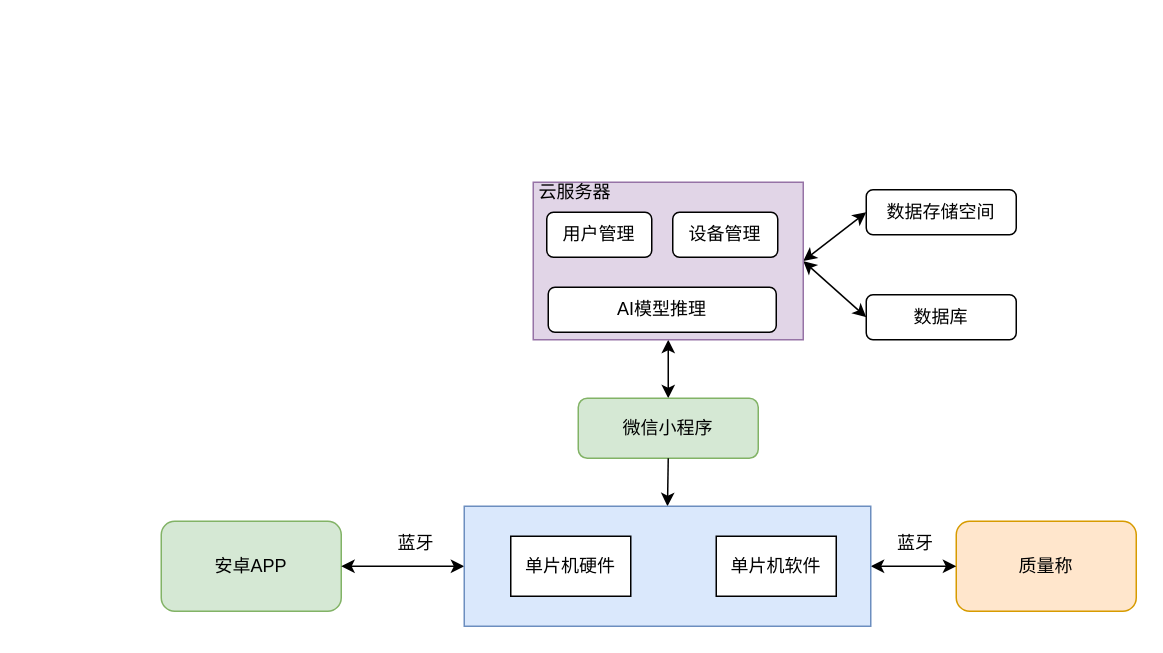
Before: WorkSpace/Coffe.drawio in mailonghua/drawio, a draw.io diagram. Source tidied: cells renumbered, new cells numbered last; positions are measured from the earlier drawing's top-left corner, leaving out a move shared by most shapes. Both pictures are drawn from the tidied source at 150%, with x=0, y=0 at pixel (160, 170).
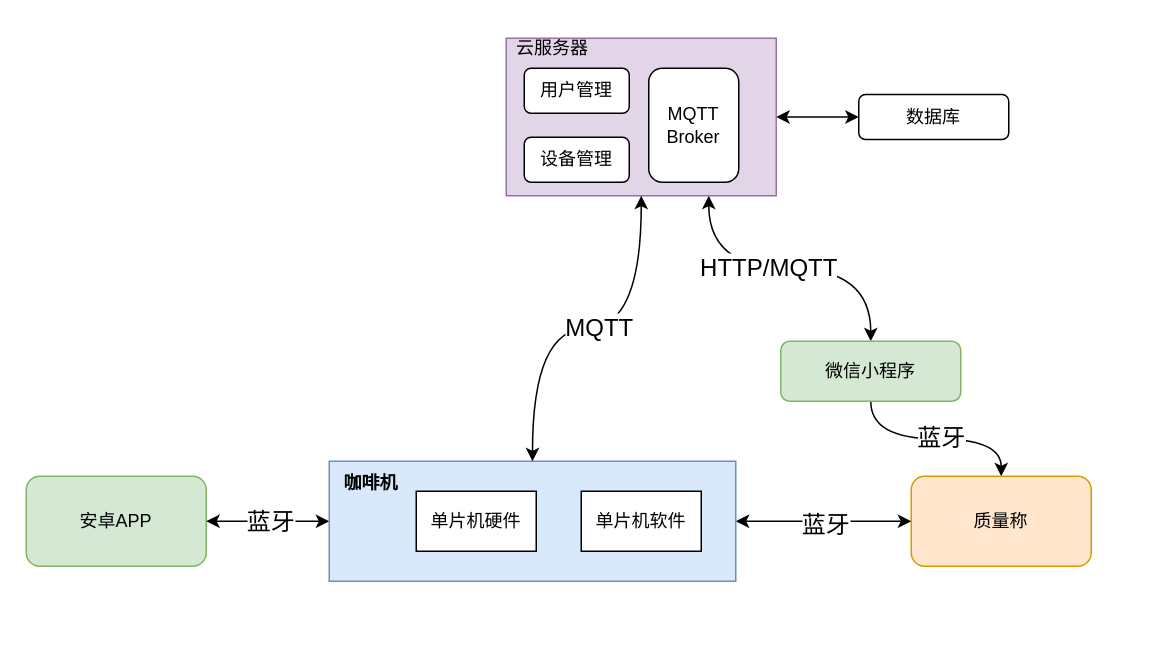
The same page after the edit.

The change refers to these unchanged cells:
```xml
<mxCell id="4" style="endArrow=classic;startArrow=classic;html=1;rounded=0;entryX=0;entryY=0.5;entryDx=0;entryDy=0;exitX=1;exitY=0.5;exitDx=0;exitDy=0;" parent="1" edge="1" source="2" target="16">
  <mxGeometry relative="1" as="geometry" />
</mxCell>
<mxCell id="13" style="edgeStyle=orthogonalEdgeStyle;rounded=0;jettySize=auto;html=1;exitX=1;exitY=0.5;exitDx=0;exitDy=0;entryX=0;entryY=0.5;entryDx=0;entryDy=0;startArrow=classic;startFill=1;" parent="1" edge="1" source="16" target="12">
  <mxGeometry relative="1" as="geometry" />
</mxCell>
<mxCell id="16" style="rounded=0;whiteSpace=wrap;html=1;fillColor=#dae8fc;strokeColor=#6c8ebf;" parent="15" vertex="1">
  <mxGeometry width="271" height="80" as="geometry" />
</mxCell>
```

The edit, as a diff of the source:
```diff
@@
     <mxCell id="2" value="安卓APP" style="rounded=1;whiteSpace=wrap;html=1;fillColor=#d5e8d4;strokeColor=#82b366;" parent="1" vertex="1">
-      <mxGeometry y="234" width="120" height="60" as="geometry" />
+      <mxGeometry x="-90" y="204" width="120" height="60" as="geometry" />
     </mxCell>
-    <mxCell id="3" value="蓝牙" style="text;strokeColor=none;align=center;fillColor=none;html=1;verticalAlign=middle;whiteSpace=wrap;rounded=0;" parent="1" vertex="1">
-      <mxGeometry x="140" y="234" width="60" height="30" as="geometry" />
-    </mxCell>
@@
+    <mxCell id="24" value="蓝牙" style="edgeLabel;html=1;align=center;verticalAlign=middle;fontSize=16;" parent="4" vertex="1">
+      <mxGeometry x="0.07" y="3" relative="1" as="geometry">
+        <mxPoint x="-2" y="2" as="offset" />
+      </mxGeometry>
+    </mxCell>
-    <mxCell id="5" style="edgeStyle=orthogonalEdgeStyle;rounded=0;jettySize=auto;html=1;exitX=0.5;exitY=0;exitDx=0;exitDy=0;entryX=0.5;entryY=1;entryDx=0;entryDy=0;startArrow=classic;startFill=1;" parent="1" edge="1" source="6" target="19">
+    <mxCell id="5" style="edgeStyle=orthogonalEdgeStyle;rounded=0;jettySize=auto;html=1;exitX=0.5;exitY=0;exitDx=0;exitDy=0;entryX=0.75;entryY=1;entryDx=0;entryDy=0;curved=1;startArrow=classic;startFill=1;" parent="1" edge="1" source="6" target="19">
       <mxGeometry relative="1" as="geometry" />
     </mxCell>
+    <mxCell id="25" value="HTTP/MQTT" style="edgeLabel;html=1;align=center;verticalAlign=middle;fontSize=16;" parent="5" vertex="1">
+      <mxGeometry x="0.14" y="-1" relative="1" as="geometry" />
+    </mxCell>
+    <mxCell id="26" style="edgeStyle=orthogonalEdgeStyle;rounded=0;jettySize=auto;html=1;exitX=0.5;exitY=1;exitDx=0;exitDy=0;curved=1;" parent="1" edge="1" source="6" target="12">
+      <mxGeometry relative="1" as="geometry" />
+    </mxCell>
+    <mxCell id="27" value="蓝牙" style="edgeLabel;html=1;align=center;verticalAlign=middle;fontSize=16;" parent="26" vertex="1">
+      <mxGeometry x="0.03" y="2" relative="1" as="geometry" />
+    </mxCell>
     <mxCell id="6" value="微信小程序" style="rounded=1;whiteSpace=wrap;html=1;fillColor=#d5e8d4;strokeColor=#82b366;" parent="1" vertex="1">
-      <mxGeometry x="278" y="152" width="120" height="40" as="geometry" />
+      <mxGeometry x="413" y="114" width="120" height="40" as="geometry" />
     </mxCell>
-    <mxCell id="7" style="endArrow=none;startArrow=classic;html=1;rounded=0;entryX=0.5;entryY=1;entryDx=0;entryDy=0;exitX=0.5;exitY=0;exitDx=0;exitDy=0;startFill=1;" parent="1" edge="1" source="16" target="6">
-      <mxGeometry relative="1" as="geometry" />
-    </mxCell>
-    <mxCell id="8" style="rounded=0;jettySize=auto;html=1;exitX=1;exitY=0.5;exitDx=0;exitDy=0;entryX=0;entryY=0.5;entryDx=0;entryDy=0;startArrow=classic;startFill=1;" parent="1" edge="1" source="19" target="10">
-      <mxGeometry relative="1" as="geometry" />
-    </mxCell>
@@
-    <mxCell id="10" value="数据存储空间" style="rounded=1;whiteSpace=wrap;html=1;" parent="1" vertex="1">
-      <mxGeometry x="470" y="13" width="100" height="30" as="geometry" />
-    </mxCell>
     <mxCell id="11" value="数据库" style="rounded=1;whiteSpace=wrap;html=1;" parent="1" vertex="1">
-      <mxGeometry x="470" y="83" width="100" height="30" as="geometry" />
+      <mxGeometry x="465" y="-50.5" width="100" height="30" as="geometry" />
     </mxCell>
     <mxCell id="12" value="质量称" style="rounded=1;whiteSpace=wrap;html=1;fillColor=#ffe6cc;strokeColor=#d79b00;" parent="1" vertex="1">
-      <mxGeometry x="530" y="234" width="120" height="60" as="geometry" />
+      <mxGeometry x="500" y="204" width="120" height="60" as="geometry" />
     </mxCell>
@@
-    <mxCell id="14" value="蓝牙" style="text;strokeColor=none;align=center;fillColor=none;html=1;verticalAlign=middle;whiteSpace=wrap;rounded=0;" parent="1" vertex="1">
-      <mxGeometry x="473" y="234" width="60" height="30" as="geometry" />
-    </mxCell>
+    <mxCell id="28" value="蓝牙" style="edgeLabel;html=1;align=center;verticalAlign=middle;fontSize=16;" parent="13" vertex="1">
+      <mxGeometry x="0.01" y="-1" relative="1" as="geometry" />
+    </mxCell>
     <mxCell id="15" style="group;" parent="1" vertex="1">
-      <mxGeometry x="202" y="224" width="271" height="80" as="geometry" />
+      <mxGeometry x="112" y="194" width="271" height="80" as="geometry" />
     </mxCell>
@@
     <mxCell id="17" value="单片机硬件" style="rounded=0;whiteSpace=wrap;html=1;" parent="15" vertex="1">
-      <mxGeometry x="31" y="20" width="80" height="40" as="geometry" />
+      <mxGeometry x="58" y="20" width="80" height="40" as="geometry" />
     </mxCell>
@@
+    <mxCell id="29" value="咖啡机" style="text;strokeColor=none;align=center;fillColor=none;html=1;verticalAlign=middle;whiteSpace=wrap;rounded=0;fontStyle=1;" parent="15" vertex="1">
+      <mxGeometry x="-2" width="60" height="30" as="geometry" />
+    </mxCell>
     <mxCell id="19" style="rounded=0;whiteSpace=wrap;html=1;fillColor=#e1d5e7;strokeColor=#9673a6;" parent="1" vertex="1">
-      <mxGeometry x="248" y="8" width="180" height="105" as="geometry" />
+      <mxGeometry x="230" y="-88" width="180" height="105" as="geometry" />
     </mxCell>
     <mxCell id="20" value="用户管理" style="rounded=1;whiteSpace=wrap;html=1;" parent="1" vertex="1">
-      <mxGeometry x="257" y="28" width="70" height="30" as="geometry" />
+      <mxGeometry x="242" y="-68" width="70" height="30" as="geometry" />
     </mxCell>
     <mxCell id="21" value="设备管理" style="rounded=1;whiteSpace=wrap;html=1;" parent="1" vertex="1">
-      <mxGeometry x="341" y="28" width="70" height="30" as="geometry" />
+      <mxGeometry x="242" y="-22" width="70" height="30" as="geometry" />
     </mxCell>
-    <mxCell id="22" value="AI模型推理" style="rounded=1;whiteSpace=wrap;html=1;" parent="1" vertex="1">
-      <mxGeometry x="258" y="78" width="152" height="30" as="geometry" />
-    </mxCell>
     <mxCell id="23" value="云服务器" style="text;strokeColor=none;align=center;fillColor=none;html=1;verticalAlign=middle;whiteSpace=wrap;rounded=0;" parent="1" vertex="1">
-      <mxGeometry x="246" width="60" height="30" as="geometry" />
+      <mxGeometry x="231" y="-96" width="60" height="30" as="geometry" />
     </mxCell>
+    <mxCell id="30" value="MQTT&lt;br&gt;Broker" style="rounded=1;whiteSpace=wrap;html=1;" parent="1" vertex="1">
+      <mxGeometry x="325" y="-68" width="60" height="76" as="geometry" />
+    </mxCell>
+    <mxCell id="31" style="edgeStyle=orthogonalEdgeStyle;rounded=0;jettySize=auto;html=1;exitX=0.5;exitY=0;exitDx=0;exitDy=0;entryX=0.5;entryY=1;entryDx=0;entryDy=0;curved=1;startArrow=classic;startFill=1;" parent="1" edge="1" source="16" target="19">
+      <mxGeometry relative="1" as="geometry" />
+    </mxCell>
+    <mxCell id="32" value="MQTT" style="edgeLabel;html=1;align=center;verticalAlign=middle;fontSize=16;" parent="31" vertex="1">
+      <mxGeometry x="0.13" y="-1" relative="1" as="geometry">
+        <mxPoint x="-9" y="-2" as="offset" />
+      </mxGeometry>
+    </mxCell>
```
